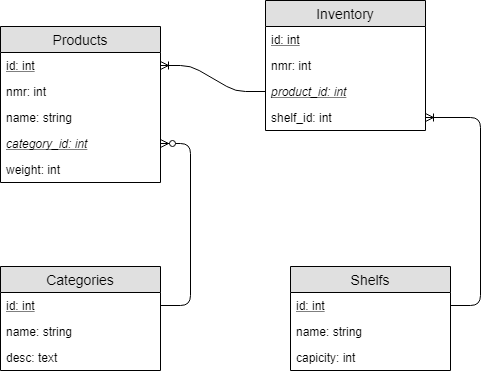
callidaria/pen-testing keeps this draw.io diagram as mockups/DB_Schema.png. Above is the earlier version. Source tidied: cells renumbered, new cells last; positions are measured from the earlier drawing's top-left corner, leaving out a move shared by most shapes.
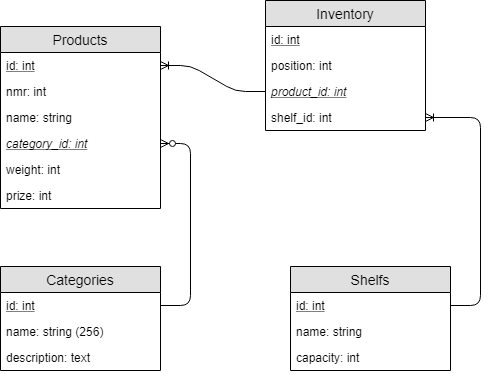
The same diagram one commit later.

Commit message:
DB_Schema updated UML KD updated Database Class work in progress (added some basic methodes) Position Class added

The edit, as a diff of the source:
```diff
@@ -3,7 +3,7 @@
     <mxCell id="0" />
     <mxCell id="1" parent="0" />
     <mxCell id="2" value="Products" style="swimlane;fontStyle=0;horizontal=1;startSize=26;fillColor=#e0e0e0;swimlaneFillColor=#ffffff;align=center;fontSize=14;" parent="1" vertex="1">
-      <mxGeometry y="26" width="160" height="156" as="geometry" />
+      <mxGeometry y="26" width="160" height="182" as="geometry" />
     </mxCell>
     <mxCell id="3" value="id: int" style="text;strokeColor=none;fillColor=none;spacingLeft=4;spacingRight=4;overflow=hidden;points=[[0,0.5],[1,0.5]];portConstraint=eastwest;fontSize=12;fontStyle=4;" parent="2" vertex="1">
       <mxGeometry y="26" width="160" height="26" as="geometry" />
@@ -20,13 +20,16 @@
     <mxCell id="7" value="weight: int" style="text;strokeColor=none;fillColor=none;spacingLeft=4;spacingRight=4;overflow=hidden;fontSize=12;" parent="2" vertex="1">
       <mxGeometry y="130" width="160" height="26" as="geometry" />
     </mxCell>
+    <mxCell id="24" value="prize: int" style="text;strokeColor=none;fillColor=none;spacingLeft=4;spacingRight=4;overflow=hidden;fontSize=12;" parent="2" vertex="1">
+      <mxGeometry y="156" width="160" height="26" as="geometry" />
+    </mxCell>
     <mxCell id="8" value="Inventory" style="swimlane;fontStyle=0;horizontal=1;startSize=26;fillColor=#e0e0e0;swimlaneFillColor=#ffffff;align=center;fontSize=14;" parent="1" vertex="1">
       <mxGeometry x="265" width="160" height="130" as="geometry" />
     </mxCell>
     <mxCell id="9" value="id: int" style="text;strokeColor=none;fillColor=none;spacingLeft=4;spacingRight=4;overflow=hidden;fontSize=12;fontStyle=4;" parent="8" vertex="1">
       <mxGeometry y="26" width="160" height="26" as="geometry" />
     </mxCell>
-    <mxCell id="10" value="nmr: int" style="text;strokeColor=none;fillColor=none;spacingLeft=4;spacingRight=4;overflow=hidden;fontSize=12;fontStyle=0;" parent="8" vertex="1">
+    <mxCell id="10" value="position: int" style="text;strokeColor=none;fillColor=none;spacingLeft=4;spacingRight=4;overflow=hidden;fontSize=12;fontStyle=0;" parent="8" vertex="1">
       <mxGeometry y="52" width="160" height="26" as="geometry" />
     </mxCell>
     <mxCell id="11" value="product_id: int" style="text;strokeColor=none;fillColor=none;spacingLeft=4;spacingRight=4;overflow=hidden;points=[[0,0.5],[1,0.5]];portConstraint=eastwest;fontSize=12;fontStyle=6;" parent="8" vertex="1">
@@ -44,10 +47,10 @@
     <mxCell id="15" value="id: int" style="text;strokeColor=none;fillColor=none;spacingLeft=4;spacingRight=4;overflow=hidden;points=[[0,0.5],[1,0.5]];portConstraint=eastwest;fontSize=12;fontStyle=4;" parent="14" vertex="1">
       <mxGeometry y="26" width="160" height="26" as="geometry" />
     </mxCell>
-    <mxCell id="16" value="name: string" style="text;strokeColor=none;fillColor=none;spacingLeft=4;spacingRight=4;overflow=hidden;fontSize=12;" parent="14" vertex="1">
+    <mxCell id="16" value="name: string (256)" style="text;strokeColor=none;fillColor=none;spacingLeft=4;spacingRight=4;overflow=hidden;fontSize=12;" parent="14" vertex="1">
       <mxGeometry y="52" width="160" height="26" as="geometry" />
     </mxCell>
-    <mxCell id="17" value="desc: text" style="text;strokeColor=none;fillColor=none;spacingLeft=4;spacingRight=4;overflow=hidden;fontSize=12;" parent="14" vertex="1">
+    <mxCell id="17" value="description: text" style="text;strokeColor=none;fillColor=none;spacingLeft=4;spacingRight=4;overflow=hidden;fontSize=12;" parent="14" vertex="1">
       <mxGeometry y="78" width="160" height="26" as="geometry" />
     </mxCell>
     <mxCell id="18" style="edgeStyle=entityRelationEdgeStyle;fontSize=12;html=1;endArrow=ERzeroToMany;endFill=1;" parent="1" edge="1" source="15" target="6">
@@ -62,7 +65,7 @@
     <mxCell id="21" value="name: string" style="text;strokeColor=none;fillColor=none;spacingLeft=4;spacingRight=4;overflow=hidden;fontSize=12;" parent="19" vertex="1">
       <mxGeometry y="52" width="160" height="26" as="geometry" />
     </mxCell>
-    <mxCell id="22" value="capicity: int" style="text;strokeColor=none;fillColor=none;spacingLeft=4;spacingRight=4;overflow=hidden;fontSize=12;" parent="19" vertex="1">
+    <mxCell id="22" value="capacity: int" style="text;strokeColor=none;fillColor=none;spacingLeft=4;spacingRight=4;overflow=hidden;fontSize=12;" parent="19" vertex="1">
       <mxGeometry y="78" width="160" height="26" as="geometry" />
     </mxCell>
     <mxCell id="23" style="edgeStyle=entityRelationEdgeStyle;fontSize=12;html=1;endArrow=ERoneToMany;" parent="1" edge="1" source="20" target="12">
```
